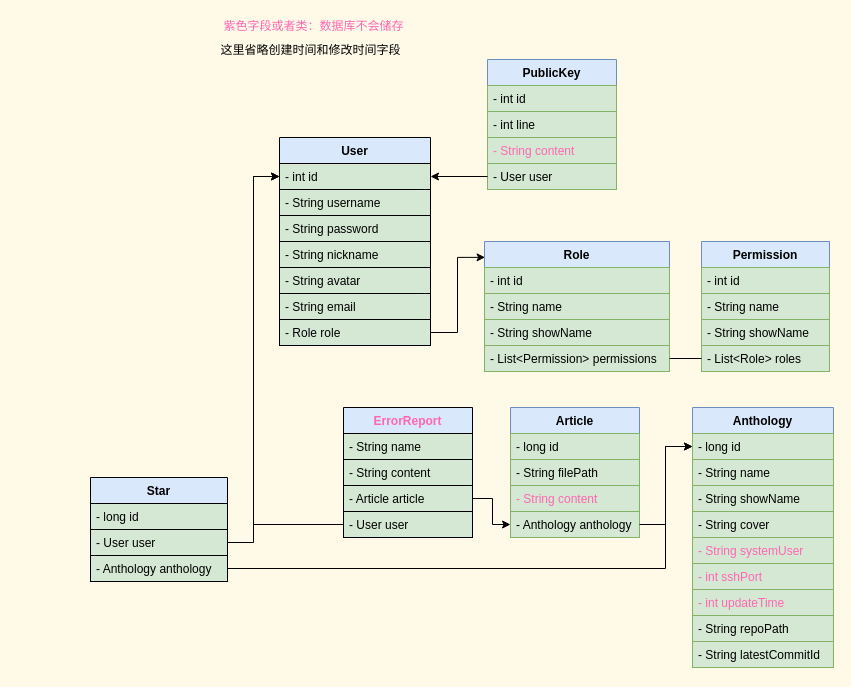
Above: page "类图" (1 of 3) of server-springboot/后端类图.dio in swsk33/git-document (draw.io), before the change. Source tidied: cells renumbered, new cells numbered last; positions are measured from the earlier drawing's top-left corner, leaving out a move shared by most shapes. Both pictures are drawn from the tidied source at 100%, with x=0, y=0 at pixel (90, 17).
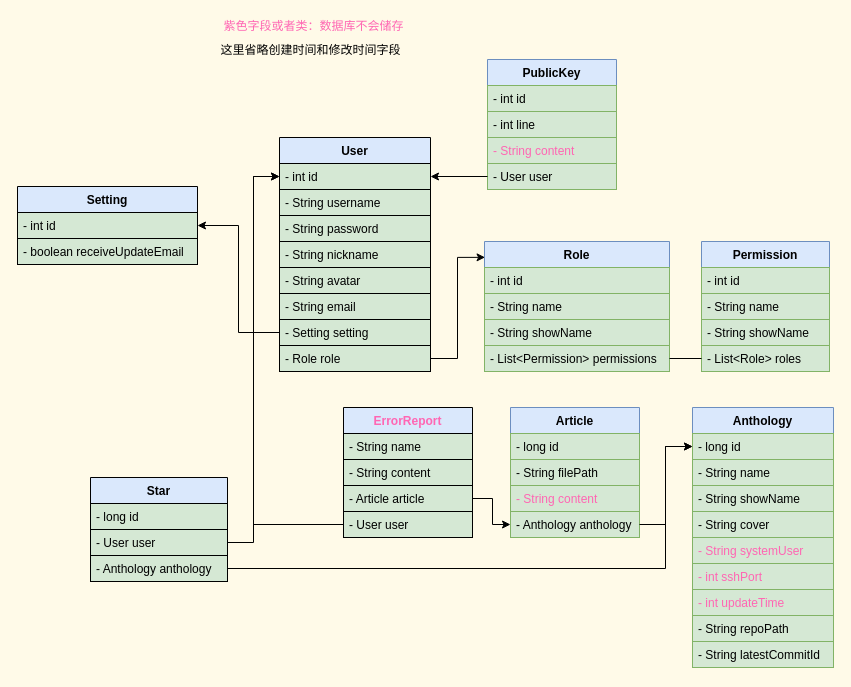
Above is the later version.

The edit, as a diff of the source:
```diff
@@
     <mxCell id="2" value="User" style="swimlane;fontStyle=1;align=center;verticalAlign=top;horizontal=1;startSize=26;fillColor=#dae8fc;strokeColor=#000000;fontColor=#000000;" parent="1" vertex="1">
-      <mxGeometry x="189" y="120" width="151" height="208" as="geometry" />
+      <mxGeometry x="189" y="120" width="151" height="234" as="geometry" />
     </mxCell>
@@
+    <mxCell id="59" value="- Setting setting" style="text;strokeColor=#000000;fillColor=#d5e8d4;align=left;verticalAlign=top;spacingLeft=4;spacingRight=4;overflow=hidden;points=[[0,0.5],[1,0.5]];portConstraint=eastwest;fontColor=#000000;" parent="2" vertex="1">
+      <mxGeometry y="182" width="151" height="26" as="geometry" />
+    </mxCell>
     <mxCell id="9" value="- Role role" style="text;strokeColor=#000000;fillColor=#d5e8d4;align=left;verticalAlign=top;spacingLeft=4;spacingRight=4;overflow=hidden;points=[[0,0.5],[1,0.5]];portConstraint=eastwest;fontColor=#000000;" parent="2" vertex="1">
-      <mxGeometry y="182" width="151" height="26" as="geometry" />
+      <mxGeometry y="208" width="151" height="26" as="geometry" />
     </mxCell>
@@
+    <mxCell id="60" value="Setting" style="swimlane;fontStyle=1;align=center;verticalAlign=top;horizontal=1;startSize=26;fillColor=#dae8fc;strokeColor=#000000;fontColor=#000000;" parent="1" vertex="1">
+      <mxGeometry x="-73" y="169" width="180" height="78" as="geometry" />
+    </mxCell>
+    <mxCell id="61" value="- int id" style="text;strokeColor=#000000;fillColor=#d5e8d4;align=left;verticalAlign=top;spacingLeft=4;spacingRight=4;overflow=hidden;points=[[0,0.5],[1,0.5]];portConstraint=eastwest;fontColor=#000000;" parent="60" vertex="1">
+      <mxGeometry y="26" width="180" height="26" as="geometry" />
+    </mxCell>
+    <mxCell id="62" value="- boolean receiveUpdateEmail" style="text;strokeColor=#000000;fillColor=#d5e8d4;align=left;verticalAlign=top;spacingLeft=4;spacingRight=4;overflow=hidden;fontColor=#000000;" parent="60" vertex="1">
+      <mxGeometry y="52" width="180" height="26" as="geometry" />
+    </mxCell>
+    <mxCell id="63" style="edgeStyle=orthogonalEdgeStyle;rounded=0;jettySize=auto;html=1;entryX=1;entryY=0.5;entryDx=0;entryDy=0;strokeColor=#000000;" parent="1" edge="1" source="59" target="61">
+      <mxGeometry relative="1" as="geometry" />
+    </mxCell>
```
